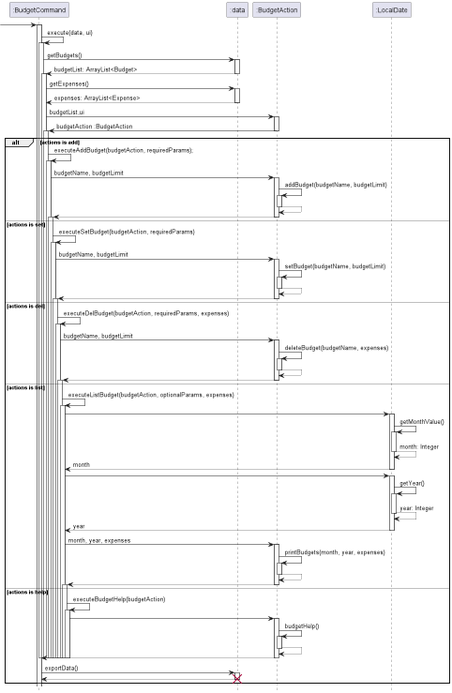
This is docs/uml/BudgetCommandSequence.png from stephenkyang/tp, a PlantUML export, as it was before one commit. The source it was exported from:
```plantuml
@startuml

hide footbox

 -> ":BudgetCommand":

activate ":BudgetCommand"
":BudgetCommand" -> ":BudgetCommand": execute(data, ui)
activate  ":BudgetCommand"
":BudgetCommand" -> ":data": getBudgets()
activate ":data"
return budgetList: ArrayList<Budget>
deactivate ":data"

activate  ":BudgetCommand"
":BudgetCommand" -> ":data": getExpenses()
activate ":data"
return expenses: ArrayList<Expense>



":BudgetCommand" -> ":BudgetAction" : budgetList,ui
activate ":BudgetAction"
":BudgetAction" -> ":BudgetCommand" : budgetAction :BudgetAction
deactivate ":BudgetAction"

alt actions is add
activate  ":BudgetCommand"
":BudgetCommand" -> ":BudgetCommand": executeAddBudget(budgetAction, requiredParams);
activate ":BudgetCommand"
":BudgetCommand" -> ":BudgetAction" : budgetName, budgetLimit
activate ":BudgetAction"
":BudgetAction" -> ":BudgetAction" : addBudget(budgetName, budgetLimit)
activate ":BudgetAction"
return
return


else actions is set
activate  ":BudgetCommand"
":BudgetCommand" -> ":BudgetCommand": executeSetBudget(budgetAction, requiredParams)
activate ":BudgetCommand"
":BudgetCommand" -> ":BudgetAction" : budgetName, budgetLimit
activate ":BudgetAction"
":BudgetAction" -> ":BudgetAction" : setBudget(budgetName, budgetLimit)
activate ":BudgetAction"
return
return


else actions is del
activate  ":BudgetCommand"
":BudgetCommand" -> ":BudgetCommand": executeDelBudget(budgetAction, requiredParams, expenses)
activate ":BudgetCommand"
":BudgetCommand" -> ":BudgetAction" : budgetName, budgetLimit
activate ":BudgetAction"
":BudgetAction" -> ":BudgetAction" : deleteBudget(budgetName, expenses)
activate ":BudgetAction"
return
return

else actions is list
activate  ":BudgetCommand"
":BudgetCommand" -> ":BudgetCommand": executeListBudget(budgetAction, optionalParams, expenses)
activate ":BudgetCommand"

":BudgetCommand" -> ":LocalDate":
activate ":LocalDate"
":LocalDate" -> ":LocalDate": getMonthValue()
activate ":LocalDate"
return month: Integer
return month

":BudgetCommand" -> ":LocalDate":
activate ":LocalDate"
":LocalDate" -> ":LocalDate": getYear()
activate ":LocalDate"
return year: Integer
return year

":BudgetCommand" -> ":BudgetAction" : month, year, expenses
activate ":BudgetAction"
":BudgetAction" -> ":BudgetAction" : printBudgets(month, year, expenses)
activate ":BudgetAction"
return
return


else actions is help
activate  ":BudgetCommand"
":BudgetCommand" -> ":BudgetCommand": executeBudgetHelp(budgetAction)
activate ":BudgetCommand"
":BudgetCommand" -> ":BudgetAction"
activate ":BudgetAction"
":BudgetAction" -> ":BudgetAction" : budgetHelp()
activate ":BudgetAction"
return
return


deactivate ":BudgetCommand"
deactivate ":BudgetCommand"
deactivate ":BudgetCommand"
deactivate ":BudgetCommand"
deactivate ":BudgetCommand"
deactivate ":BudgetCommand"
deactivate ":BudgetCommand"
deactivate ":BudgetCommand"
deactivate ":BudgetCommand"
deactivate ":BudgetCommand"
deactivate ":BudgetCommand"
deactivate ":BudgetCommand"


":BudgetCommand" -> ":data": exportData()
activate ":data"
return

deactivate ":data"
destroy ":data"


end



@enduml
```
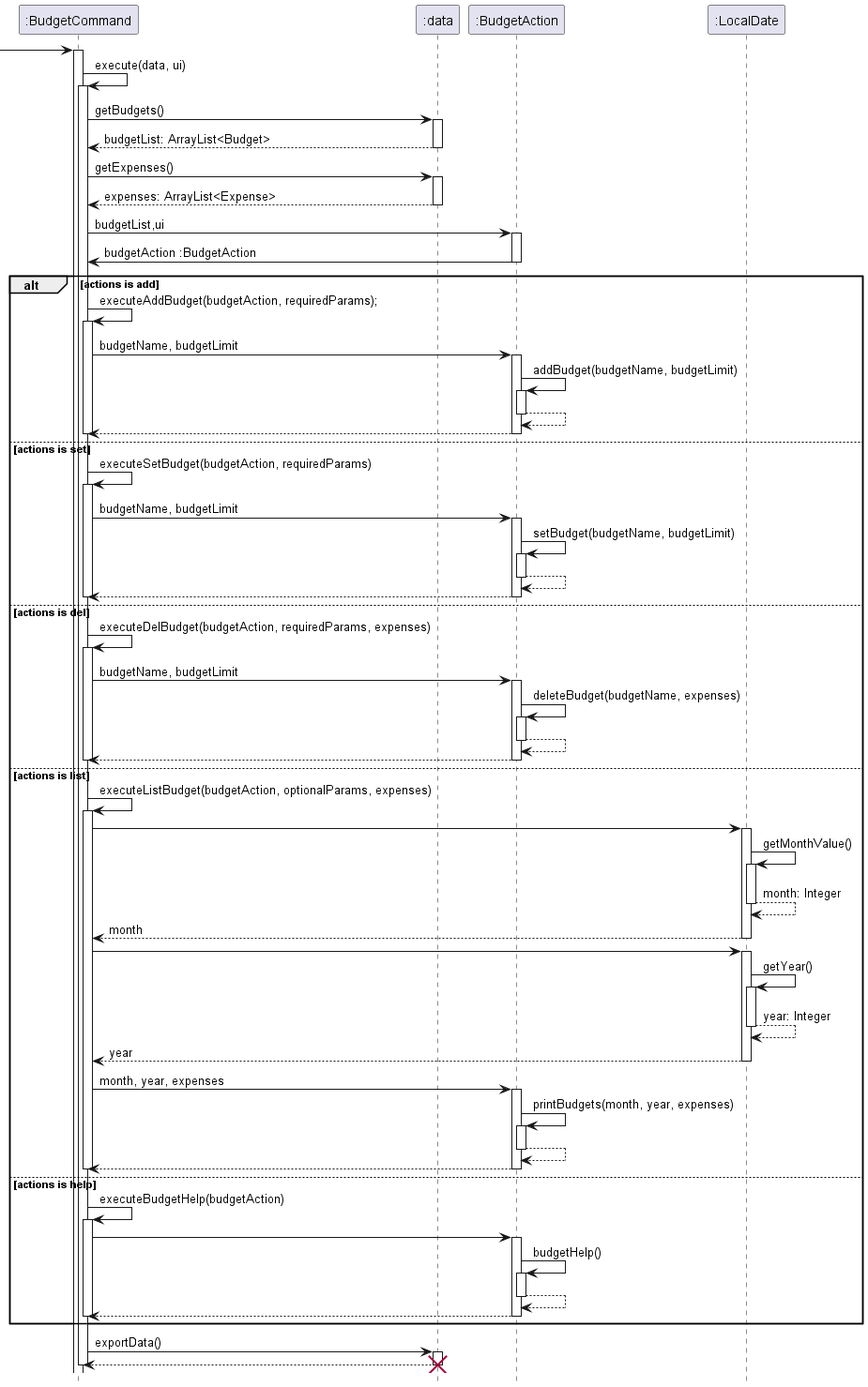
Above is the later version.

Commit message:
update DG images for fixed diagrams add PPP

The edit, as a diff of the source:
```diff
@@ -12,44 +12,48 @@
 return budgetList: ArrayList<Budget>
 deactivate ":data"
 
-activate  ":BudgetCommand"
+
+
 ":BudgetCommand" -> ":data": getExpenses()
 activate ":data"
 return expenses: ArrayList<Expense>
-
-
 
 ":BudgetCommand" -> ":BudgetAction" : budgetList,ui
 activate ":BudgetAction"
 ":BudgetAction" -> ":BudgetCommand" : budgetAction :BudgetAction
 deactivate ":BudgetAction"
 
+
 alt actions is add
-activate  ":BudgetCommand"
 ":BudgetCommand" -> ":BudgetCommand": executeAddBudget(budgetAction, requiredParams);
 activate ":BudgetCommand"
 ":BudgetCommand" -> ":BudgetAction" : budgetName, budgetLimit
 activate ":BudgetAction"
 ":BudgetAction" -> ":BudgetAction" : addBudget(budgetName, budgetLimit)
 activate ":BudgetAction"
+
 return
 return
 
+deactivate ":BudgetCommand"
 
 else actions is set
-activate  ":BudgetCommand"
+
 ":BudgetCommand" -> ":BudgetCommand": executeSetBudget(budgetAction, requiredParams)
 activate ":BudgetCommand"
 ":BudgetCommand" -> ":BudgetAction" : budgetName, budgetLimit
 activate ":BudgetAction"
 ":BudgetAction" -> ":BudgetAction" : setBudget(budgetName, budgetLimit)
 activate ":BudgetAction"
+
 return
 return
 
 
+
+deactivate ":BudgetCommand"
+
 else actions is del
-activate  ":BudgetCommand"
 ":BudgetCommand" -> ":BudgetCommand": executeDelBudget(budgetAction, requiredParams, expenses)
 activate ":BudgetCommand"
 ":BudgetCommand" -> ":BudgetAction" : budgetName, budgetLimit
@@ -59,8 +63,9 @@
 return
 return
 
+deactivate ":BudgetCommand"
+
 else actions is list
-activate  ":BudgetCommand"
 ":BudgetCommand" -> ":BudgetCommand": executeListBudget(budgetAction, optionalParams, expenses)
 activate ":BudgetCommand"
 
@@ -70,6 +75,7 @@
 activate ":LocalDate"
 return month: Integer
 return month
+
 
 ":BudgetCommand" -> ":LocalDate":
 activate ":LocalDate"
@@ -85,9 +91,9 @@
 return
 return
 
+deactivate ":BudgetCommand"
 
 else actions is help
-activate  ":BudgetCommand"
 ":BudgetCommand" -> ":BudgetCommand": executeBudgetHelp(budgetAction)
 activate ":BudgetCommand"
 ":BudgetCommand" -> ":BudgetAction"
@@ -97,31 +103,16 @@
 return
 return
 
-
 deactivate ":BudgetCommand"
-deactivate ":BudgetCommand"
-deactivate ":BudgetCommand"
-deactivate ":BudgetCommand"
-deactivate ":BudgetCommand"
-deactivate ":BudgetCommand"
-deactivate ":BudgetCommand"
-deactivate ":BudgetCommand"
-deactivate ":BudgetCommand"
-deactivate ":BudgetCommand"
-deactivate ":BudgetCommand"
-deactivate ":BudgetCommand"
-
+end
 
 ":BudgetCommand" -> ":data": exportData()
 activate ":data"
 return
-
 deactivate ":data"
 destroy ":data"
 
-
-end
-
-
+deactivate ":data"
+deactivate ":BudgetCommand"
 
 @enduml
```
